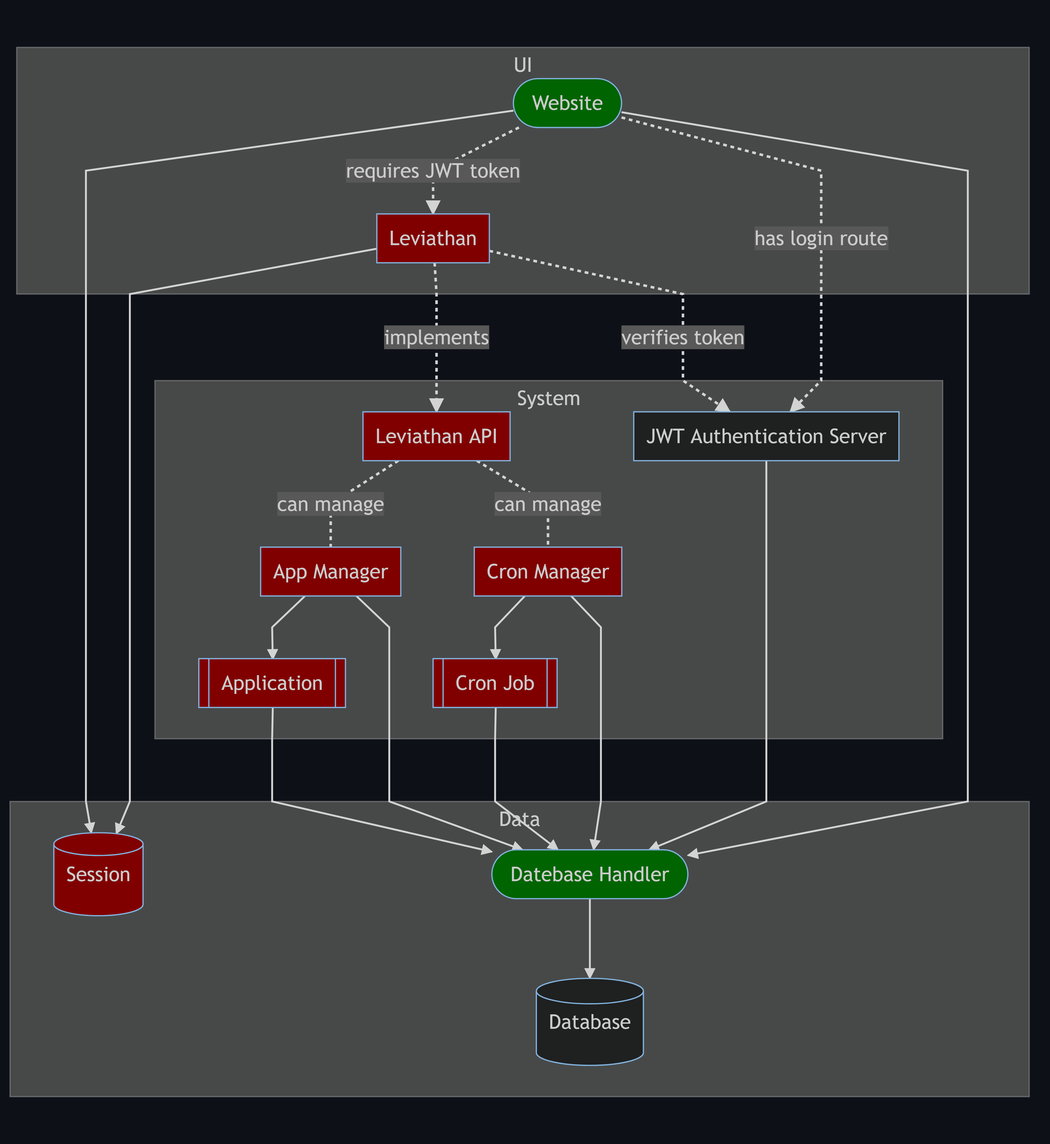
olivernybo/leviathan keeps this Mermaid diagram as diagrams/domain.png. Above is the earlier version. Its source is kept beside it as diagrams/domain.mmd.
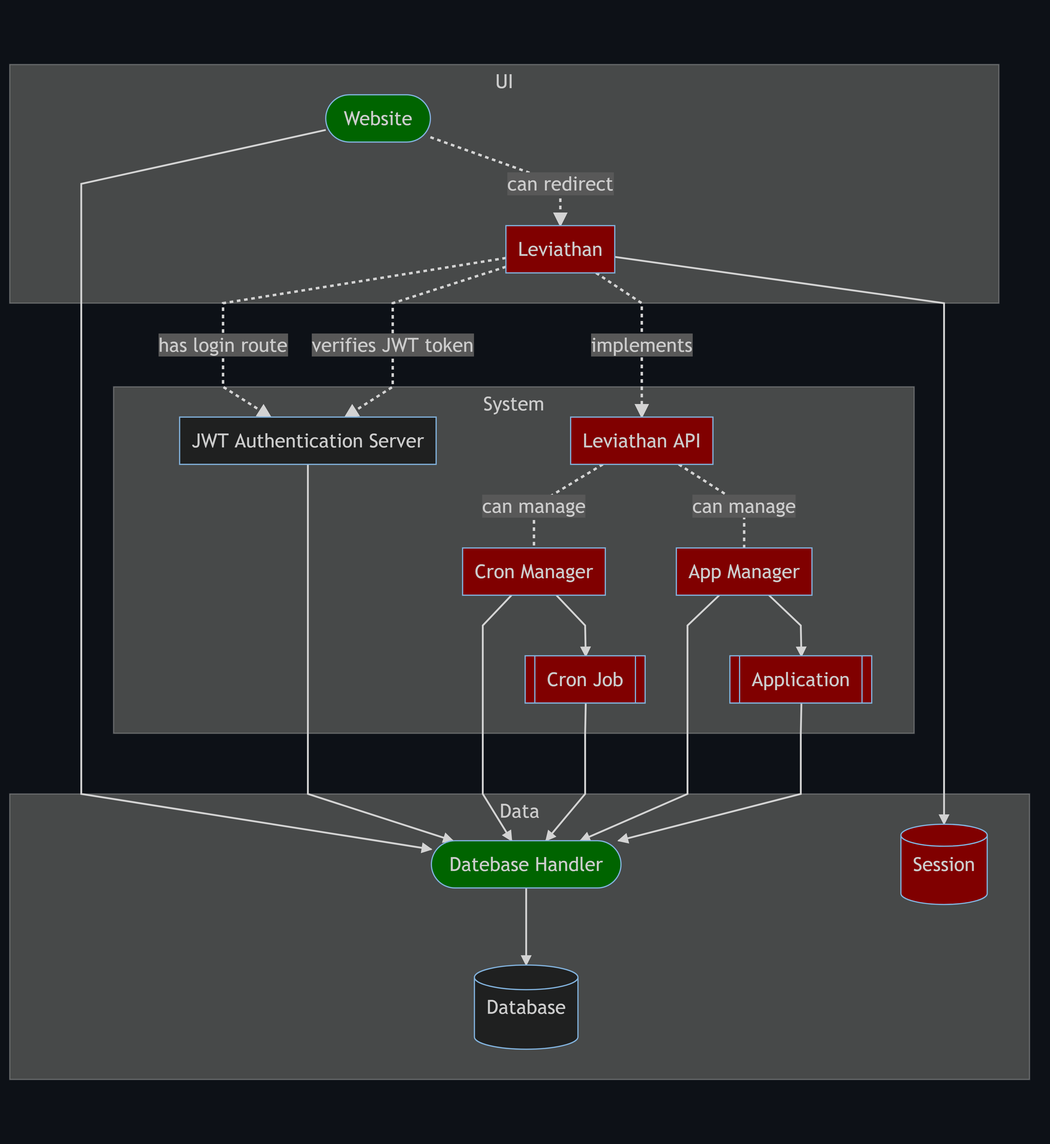
After the commit.

The edit, as a diff of the source:
```diff
@@ -23,9 +23,9 @@
 	end
 
 	web-->dbh
-	web-.->|requires JWT token|leviathan
-	web-.->|has login route|jwt
-	leviathan-.->|verifies token|jwt
+	web-.->|can redirect|leviathan
+	leviathan-.->|has login route|jwt
+	leviathan-.->|verifies JWT token|jwt
 	leviathan-.->|implements|api
 	jwt-->dbh
 	api-.-|can manage|cronmanager
@@ -37,5 +37,4 @@
 	appmanager-->app
 	app-->dbh
 	leviathan-->session
-	web-->session
 	dbh-->db
```
